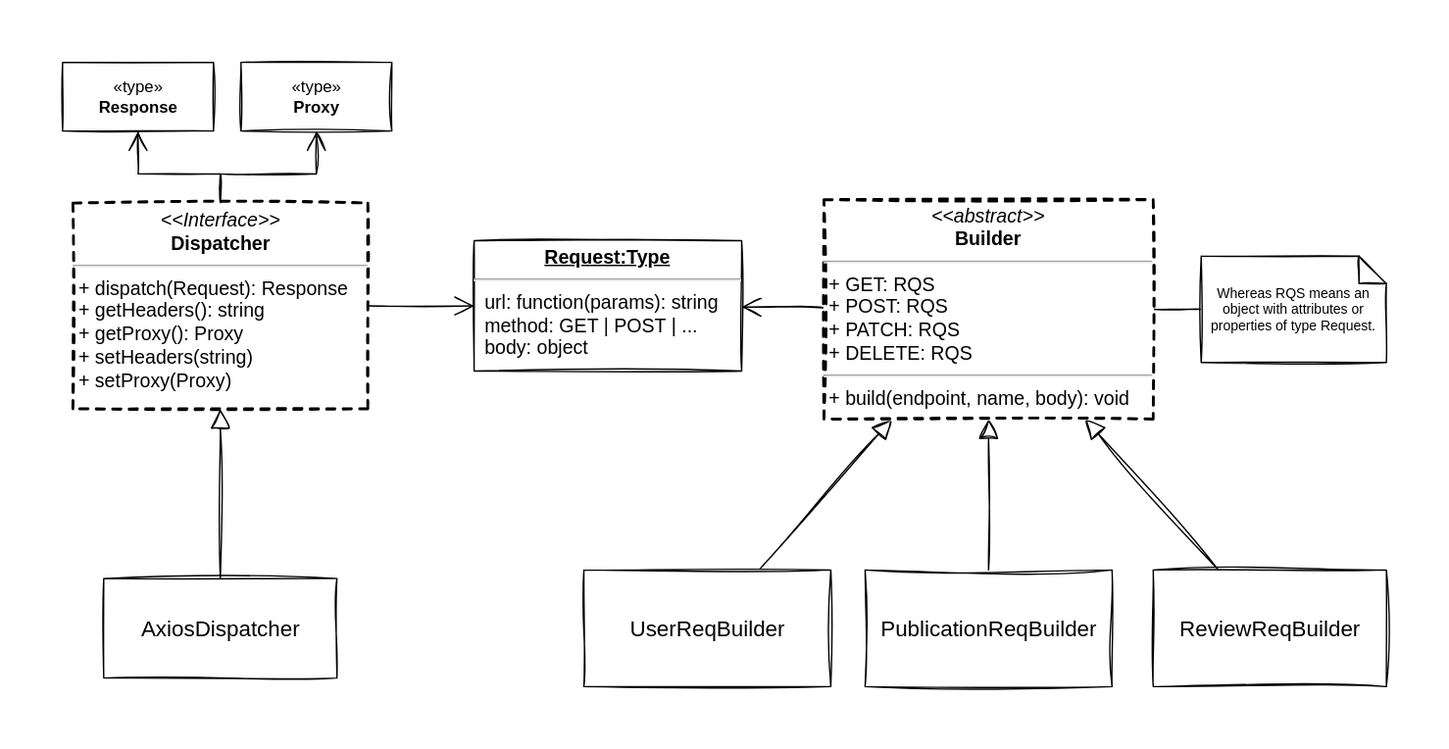
The draw.io diagram frontend/docs/diagrams/RequestDispatcher-ClassDiagram.svg in Mahmoud-Ehab/global-store, before a commit. Source tidied: cells renumbered, new cells last; positions are measured from the earlier drawing's top-left corner, leaving out a move shared by most shapes.
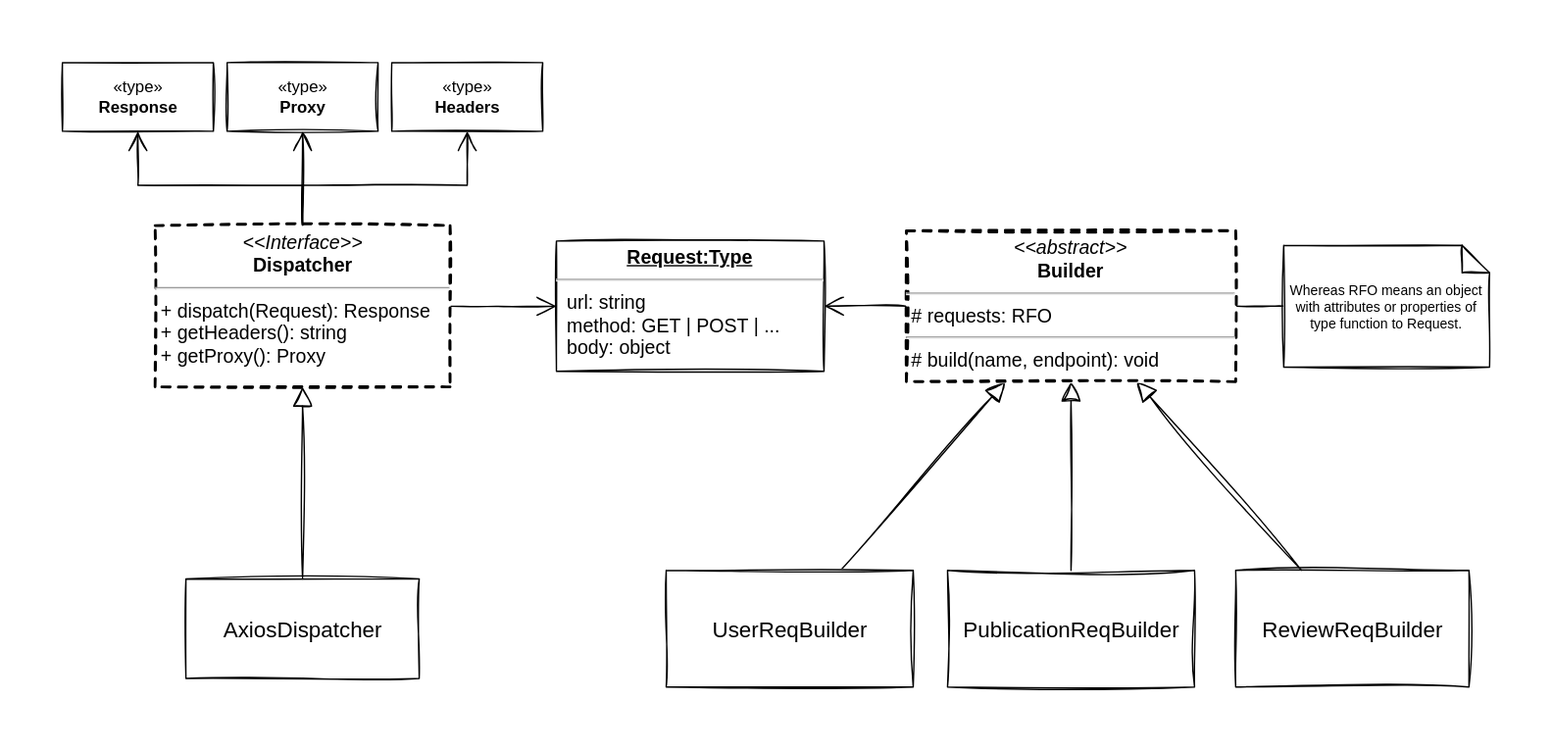
The same file after the commit.

Commit message:
RequestDispatcher docs has been modified according to the changes stated in last commits.

What changed in the source:
```diff
@@ -11,10 +11,13 @@
     <mxCell id="4" style="edgeStyle=orthogonalEdgeStyle;rounded=0;jettySize=auto;html=1;endArrow=open;endFill=0;endSize=12;sketch=1;" parent="1" edge="1" source="5" target="20">
       <mxGeometry relative="1" as="geometry" />
     </mxCell>
+    <mxCell id="21" style="edgeStyle=orthogonalEdgeStyle;rounded=0;jettySize=auto;html=1;endArrow=open;endFill=0;endSize=12;sketch=1;" parent="1" edge="1" source="5" target="22">
+      <mxGeometry relative="1" as="geometry" />
+    </mxCell>
-    <mxCell id="5" value="&lt;p style=&quot;margin: 4px 0px 0px; text-align: center; font-size: 14px;&quot;&gt;&lt;i style=&quot;font-size: 14px;&quot;&gt;&amp;lt;&amp;lt;Interface&amp;gt;&amp;gt;&lt;/i&gt;&lt;br style=&quot;font-size: 14px;&quot;&gt;&lt;b style=&quot;font-size: 14px;&quot;&gt;Dispatcher&lt;/b&gt;&lt;/p&gt;&lt;hr style=&quot;font-size: 14px;&quot;&gt;&lt;p style=&quot;margin: 0px 0px 0px 4px; font-size: 14px;&quot;&gt;+ dispatch(Request): Response&lt;/p&gt;&lt;p style=&quot;margin: 0px 0px 0px 4px; font-size: 14px;&quot;&gt;+ getHeaders(): string&lt;/p&gt;&lt;p style=&quot;margin: 0px 0px 0px 4px; font-size: 14px;&quot;&gt;+ getProxy(): Proxy&lt;/p&gt;&lt;p style=&quot;margin: 0px 0px 0px 4px; font-size: 14px;&quot;&gt;+ setHeaders(string)&lt;/p&gt;&lt;p style=&quot;margin: 0px 0px 0px 4px; font-size: 14px;&quot;&gt;+ setProxy(Proxy)&lt;/p&gt;" style="verticalAlign=top;align=left;overflow=fill;fontSize=14;fontFamily=Helvetica;html=1;rounded=0;dashed=1;strokeWidth=2;sketch=1;" parent="1" vertex="1">
-      <mxGeometry x="7.5" y="102.5" width="215" height="150" as="geometry" />
+    <mxCell id="5" value="&lt;p style=&quot;margin: 4px 0px 0px; text-align: center; font-size: 14px;&quot;&gt;&lt;i style=&quot;font-size: 14px;&quot;&gt;&amp;lt;&amp;lt;Interface&amp;gt;&amp;gt;&lt;/i&gt;&lt;br style=&quot;font-size: 14px;&quot;&gt;&lt;b style=&quot;font-size: 14px;&quot;&gt;Dispatcher&lt;/b&gt;&lt;/p&gt;&lt;hr style=&quot;font-size: 14px;&quot;&gt;&lt;p style=&quot;margin: 0px 0px 0px 4px; font-size: 14px;&quot;&gt;+ dispatch(Request): Response&lt;/p&gt;&lt;p style=&quot;margin: 0px 0px 0px 4px; font-size: 14px;&quot;&gt;+ getHeaders(): string&lt;/p&gt;&lt;p style=&quot;margin: 0px 0px 0px 4px; font-size: 14px;&quot;&gt;+ getProxy(): Proxy&lt;/p&gt;&lt;p style=&quot;margin: 0px 0px 0px 4px; font-size: 14px;&quot;&gt;&lt;br&gt;&lt;/p&gt;" style="verticalAlign=top;align=left;overflow=fill;fontSize=14;fontFamily=Helvetica;html=1;rounded=0;dashed=1;strokeWidth=2;sketch=1;" parent="1" vertex="1">
+      <mxGeometry x="7.5" y="118.8" width="215" height="117.5" as="geometry" />
     </mxCell>
-    <mxCell id="6" value="&lt;p style=&quot;margin: 4px 0px 0px; text-align: center; text-decoration: underline; font-size: 14px;&quot;&gt;&lt;b style=&quot;font-size: 14px;&quot;&gt;Request:Type&lt;/b&gt;&lt;/p&gt;&lt;hr style=&quot;font-size: 14px;&quot;&gt;&lt;p style=&quot;margin: 0px 0px 0px 8px; font-size: 14px;&quot;&gt;url: function(params): string&lt;/p&gt;&lt;p style=&quot;margin: 0px 0px 0px 8px; font-size: 14px;&quot;&gt;method: GET | POST | ...&lt;/p&gt;&lt;p style=&quot;margin: 0px 0px 0px 8px; font-size: 14px;&quot;&gt;body: object&lt;/p&gt;" style="verticalAlign=top;align=left;overflow=fill;fontSize=14;fontFamily=Helvetica;html=1;rounded=0;sketch=1;" parent="1" vertex="1">
+    <mxCell id="6" value="&lt;p style=&quot;margin: 4px 0px 0px; text-align: center; text-decoration: underline; font-size: 14px;&quot;&gt;&lt;b style=&quot;font-size: 14px;&quot;&gt;Request:Type&lt;/b&gt;&lt;/p&gt;&lt;hr style=&quot;font-size: 14px;&quot;&gt;&lt;p style=&quot;margin: 0px 0px 0px 8px; font-size: 14px;&quot;&gt;url: string&lt;/p&gt;&lt;p style=&quot;margin: 0px 0px 0px 8px; font-size: 14px;&quot;&gt;method: GET | POST | ...&lt;/p&gt;&lt;p style=&quot;margin: 0px 0px 0px 8px; font-size: 14px;&quot;&gt;body: object&lt;/p&gt;" style="verticalAlign=top;align=left;overflow=fill;fontSize=14;fontFamily=Helvetica;html=1;rounded=0;sketch=1;" parent="1" vertex="1">
       <mxGeometry x="300" y="130" width="195" height="95" as="geometry" />
     </mxCell>
     <mxCell id="7" style="rounded=0;jettySize=auto;html=1;endArrow=open;endFill=0;endSize=12;fontSize=14;sketch=1;" parent="1" edge="1" source="18" target="6">
@@ -23,8 +26,8 @@
     <mxCell id="8" style="rounded=0;jettySize=auto;html=1;endArrow=none;endFill=0;fontSize=14;sketch=1;" parent="1" edge="1" source="9" target="18">
       <mxGeometry relative="1" as="geometry" />
     </mxCell>
-    <mxCell id="9" value="Whereas RQS means an object with attributes or properties of type Request." style="shape=note;size=20;whiteSpace=wrap;html=1;rounded=0;fontSize=10;sketch=1;" parent="1" vertex="1">
-      <mxGeometry x="830" y="141.2" width="135" height="77.5" as="geometry" />
+    <mxCell id="9" value="Whereas RFO means an object with attributes or properties of type function to Request." style="shape=note;size=20;whiteSpace=wrap;html=1;rounded=0;fontSize=10;sketch=1;" parent="1" vertex="1">
+      <mxGeometry x="830" y="133.1" width="150" height="88.8" as="geometry" />
     </mxCell>
     <mxCell id="10" style="rounded=0;hachureGap=4;jiggle=2;jettySize=auto;html=1;fontFamily=Architects Daughter;fontSource=https%3A%2F%2Ffonts.googleapis.com%2Fcss%3Ffamily%3DArchitects%2BDaughter;fontSize=16;endArrow=block;endFill=0;endSize=12;sketch=1;" parent="1" edge="1" source="11" target="18">
       <mxGeometry relative="1" as="geometry" />
@@ -50,14 +53,17 @@
     <mxCell id="17" value="&lt;font style=&quot;&quot; face=&quot;Helvetica&quot;&gt;AxiosDispatcher&lt;/font&gt;" style="html=1;hachureGap=4;jiggle=2;fontFamily=Architects Daughter;fontSource=https%3A%2F%2Ffonts.googleapis.com%2Fcss%3Ffamily%3DArchitects%2BDaughter;fontSize=16;rounded=0;sketch=1;" parent="1" vertex="1">
       <mxGeometry x="30" y="376.2" width="170" height="72.5" as="geometry" />
     </mxCell>
-    <mxCell id="18" value="&lt;p style=&quot;margin: 4px 0px 0px; text-align: center; font-size: 14px;&quot;&gt;&lt;i style=&quot;font-size: 14px;&quot;&gt;&amp;lt;&amp;lt;abstract&amp;gt;&amp;gt;&lt;/i&gt;&lt;br style=&quot;font-size: 14px;&quot;&gt;&lt;b style=&quot;font-size: 14px;&quot;&gt;Builder&lt;/b&gt;&lt;/p&gt;&lt;hr style=&quot;font-size: 14px;&quot;&gt;&lt;p style=&quot;margin: 0px 0px 0px 4px; font-size: 14px;&quot;&gt;+ GET: RQS&lt;br style=&quot;font-size: 14px;&quot;&gt;+ POST: RQS&lt;/p&gt;&lt;p style=&quot;margin: 0px 0px 0px 4px; font-size: 14px;&quot;&gt;+ PATCH: RQS&lt;/p&gt;&lt;p style=&quot;margin: 0px 0px 0px 4px; font-size: 14px;&quot;&gt;+ DELETE: RQS&lt;/p&gt;&lt;hr style=&quot;font-size: 14px;&quot;&gt;&lt;p style=&quot;margin: 0px 0px 0px 4px; font-size: 14px;&quot;&gt;+ build(endpoint, name, body): void&lt;br&gt;&lt;/p&gt;" style="verticalAlign=top;align=left;overflow=fill;fontSize=14;fontFamily=Helvetica;html=1;dashed=1;strokeWidth=2;rounded=0;sketch=1;" parent="1" vertex="1">
-      <mxGeometry x="555" y="100" width="240" height="160" as="geometry" />
+    <mxCell id="18" value="&lt;p style=&quot;margin: 4px 0px 0px; text-align: center; font-size: 14px;&quot;&gt;&lt;i style=&quot;font-size: 14px;&quot;&gt;&amp;lt;&amp;lt;abstract&amp;gt;&amp;gt;&lt;/i&gt;&lt;br style=&quot;font-size: 14px;&quot;&gt;&lt;b style=&quot;font-size: 14px;&quot;&gt;Builder&lt;/b&gt;&lt;/p&gt;&lt;hr style=&quot;font-size: 14px;&quot;&gt;&lt;p style=&quot;margin: 0px 0px 0px 4px; font-size: 14px;&quot;&gt;# requests: RFO&lt;br&gt;&lt;/p&gt;&lt;hr style=&quot;font-size: 14px;&quot;&gt;&lt;p style=&quot;margin: 0px 0px 0px 4px; font-size: 14px;&quot;&gt;# build(name, endpoint): void&lt;br&gt;&lt;/p&gt;" style="verticalAlign=top;align=left;overflow=fill;fontSize=14;fontFamily=Helvetica;html=1;dashed=1;strokeWidth=2;rounded=0;sketch=1;" parent="1" vertex="1">
+      <mxGeometry x="555" y="122.5" width="240" height="110" as="geometry" />
     </mxCell>
     <mxCell id="19" value="«type»&lt;br&gt;&lt;b&gt;Proxy&lt;/b&gt;" style="html=1;rounded=0;sketch=1;" parent="1" vertex="1">
-      <mxGeometry x="130" width="110" height="50" as="geometry" />
+      <mxGeometry x="60" width="110" height="50" as="geometry" />
     </mxCell>
     <mxCell id="20" value="«type»&lt;br&gt;&lt;b&gt;Response&lt;/b&gt;" style="html=1;rounded=0;sketch=1;" parent="1" vertex="1">
-      <mxGeometry width="110" height="50" as="geometry" />
+      <mxGeometry x="-60" width="110" height="50" as="geometry" />
     </mxCell>
+    <mxCell id="22" value="«type»&lt;br&gt;&lt;b&gt;Headers&lt;/b&gt;" style="html=1;rounded=0;sketch=1;" parent="1" vertex="1">
+      <mxGeometry x="180" width="110" height="50" as="geometry" />
+    </mxCell>
   </root>
 </mxGraphModel>
```
